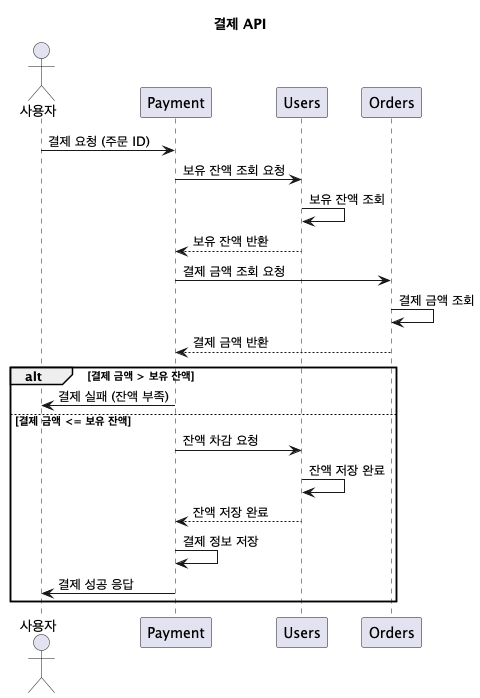
Earlier version of the PlantUML export assets/images/diagram/sequence/payment.png (leejisuu/hhplus-ecommerce-serivce). Its diagram source:
```plantuml
@startuml
title 결제 API

actor "사용자" as User
participant "Payment" as Payment
participant "Users" as Users
participant Orders as Orders

User -> Payment : 결제 요청 (주문 ID)
Payment -> Users : 보유 잔액 조회 요청
Users -> Users : 보유 잔액 조회
Users --> Payment : 보유 잔액 반환

Payment -> Orders : 결제 금액 조회 요청
Orders -> Orders : 결제 금액 조회
Orders --> Payment : 결제 금액 반환

alt 결제 금액 > 보유 잔액
    Payment -> User : 결제 실패 (잔액 부족)
else 결제 금액 <= 보유 잔액
    Payment -> Users : 잔액 차감 요청
    Users -> Users : 잔액 저장 완료
    Users --> Payment : 잔액 저장 완료

    Payment -> Payment : 결제 정보 저장
    Payment -> User : 결제 성공 응답
end

@enduml
```
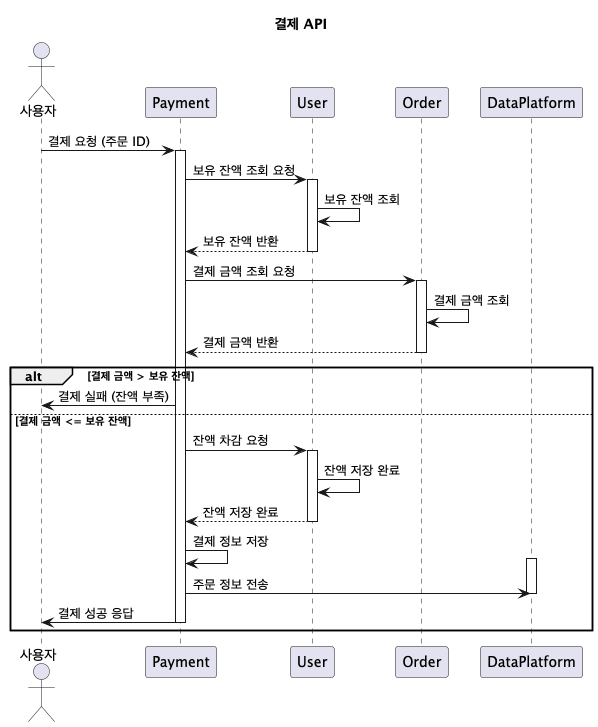
The same diagram one commit later.

The edit, as a diff of the source:
```diff
@@ -1,29 +1,42 @@
 @startuml
 title 결제 API
 
-actor "사용자" as User
+actor "사용자" as Actor
 participant "Payment" as Payment
-participant "Users" as Users
-participant Orders as Orders
+participant "User" as User
+participant Order as Order
+participant DataPlatform as DataPlatform
 
-User -> Payment : 결제 요청 (주문 ID)
-Payment -> Users : 보유 잔액 조회 요청
-Users -> Users : 보유 잔액 조회
-Users --> Payment : 보유 잔액 반환
+Actor -> Payment : 결제 요청 (주문 ID)
+activate Payment
 
-Payment -> Orders : 결제 금액 조회 요청
-Orders -> Orders : 결제 금액 조회
-Orders --> Payment : 결제 금액 반환
+Payment -> User : 보유 잔액 조회 요청
+activate User
+User -> User : 보유 잔액 조회
+User --> Payment : 보유 잔액 반환
+deactivate User
+
+Payment -> Order : 결제 금액 조회 요청
+activate Order
+Order -> Order : 결제 금액 조회
+Order --> Payment : 결제 금액 반환
+deactivate Order
 
 alt 결제 금액 > 보유 잔액
-    Payment -> User : 결제 실패 (잔액 부족)
+    Payment -> Actor : 결제 실패 (잔액 부족)
 else 결제 금액 <= 보유 잔액
-    Payment -> Users : 잔액 차감 요청
-    Users -> Users : 잔액 저장 완료
-    Users --> Payment : 잔액 저장 완료
+    Payment -> User : 잔액 차감 요청
+    activate User
+    User -> User : 잔액 저장 완료
+    User --> Payment : 잔액 저장 완료
+    deactivate User
 
     Payment -> Payment : 결제 정보 저장
-    Payment -> User : 결제 성공 응답
+    activate DataPlatform
+    Payment -> DataPlatform : 주문 정보 전송
+    deactivate DataPlatform
+    Payment -> Actor : 결제 성공 응답
+    deactivate Payment
 end
-
+deactivate Payment
 @enduml
```
